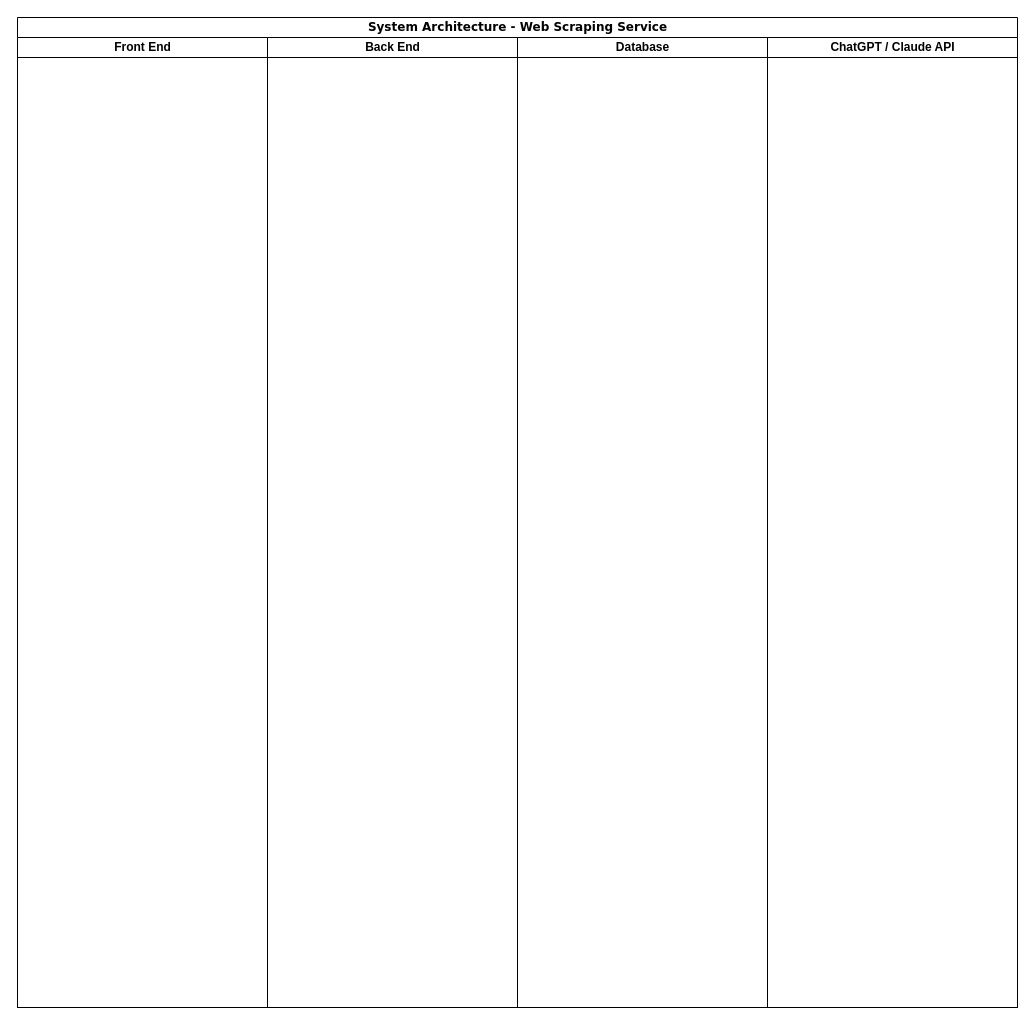
The draw.io diagram System Architecture UML.drawio in songjian0127/HTML-, before the edit. Source tidied: cells renumbered, new cells numbered last; positions are measured from the earlier drawing's top-left corner, leaving out a move shared by most shapes. Both pictures are drawn from the tidied source at 100%, with x=0, y=0 at pixel (17, 17). Pictures stored in the file or linked from it are replaced by grey dashed boxes.
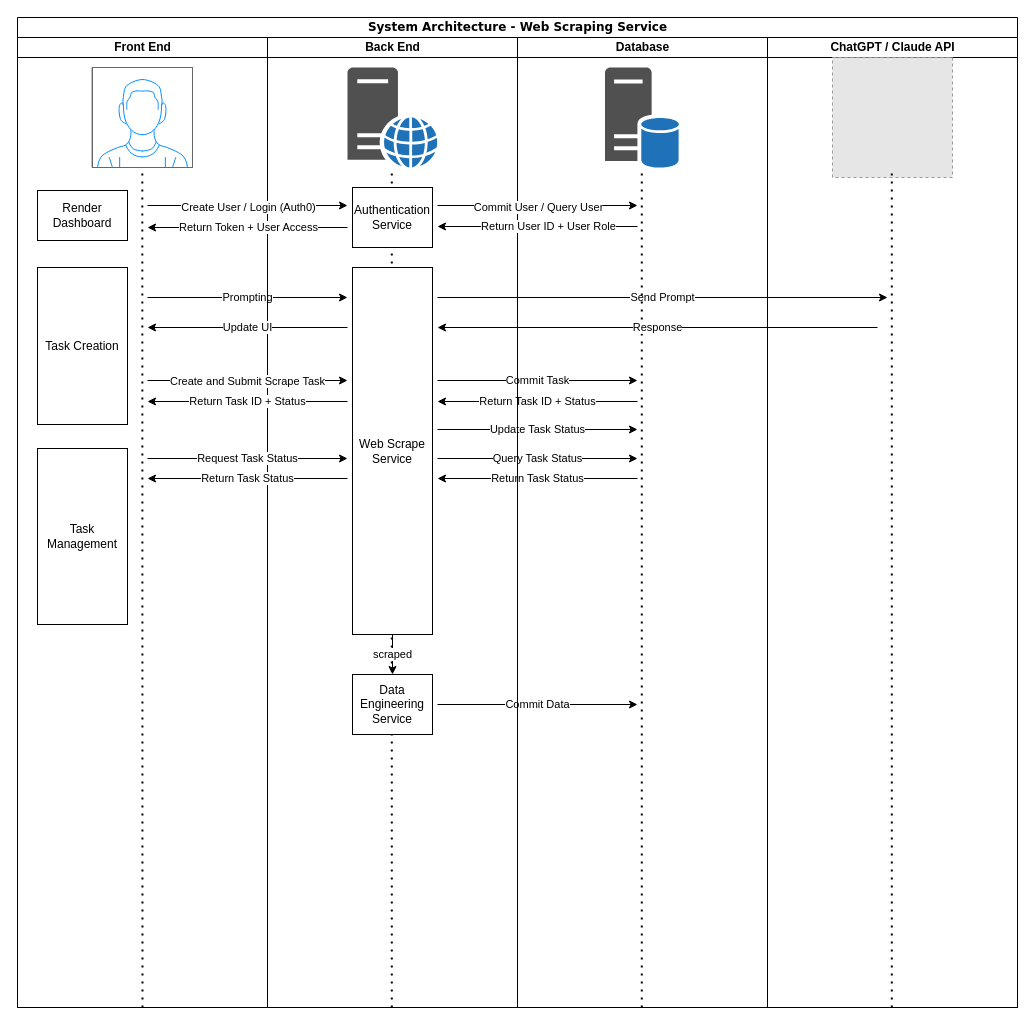
After the change.

Unchanged cells that the change refers to:
```xml
<mxCell id="3" value="Front End" style="swimlane;html=1;startSize=20;" parent="2" vertex="1">
  <mxGeometry y="20" width="250" height="970" as="geometry" />
</mxCell>
<mxCell id="4" value="Back End" style="swimlane;html=1;startSize=20;" parent="2" vertex="1">
  <mxGeometry x="250" y="20" width="250" height="970" as="geometry" />
</mxCell>
<mxCell id="5" value="Database" style="swimlane;html=1;startSize=20;" parent="2" vertex="1">
  <mxGeometry x="500" y="20" width="250" height="970" as="geometry" />
</mxCell>
<mxCell id="6" value="ChatGPT / Claude API" style="swimlane;html=1;startSize=20;" parent="2" vertex="1">
  <mxGeometry x="750" y="20" width="250" height="970" as="geometry" />
</mxCell>
```

The edit, as a diff of the source:
```diff
@@
+    <mxCell id="7" style="verticalLabelPosition=bottom;shadow=0;dashed=0;align=center;html=1;verticalAlign=top;strokeWidth=1;shape=mxgraph.mockup.containers.userMale;strokeColor=#666666;strokeColor2=#008cff;" parent="3" vertex="1">
+      <mxGeometry x="75" y="30" width="100" height="100" as="geometry" />
+    </mxCell>
+    <mxCell id="8" style="endArrow=none;dashed=1;html=1;dashPattern=1 3;strokeWidth=2;rounded=0;exitX=0.5;exitY=1;exitDx=0;exitDy=0;entryX=0.498;entryY=1.002;entryDx=0;entryDy=0;entryPerimeter=0;" parent="3" edge="1" source="3" target="7">
+      <mxGeometry relative="1" as="geometry" />
+    </mxCell>
+    <mxCell id="9" value="Render Dashboard" style="rounded=0;whiteSpace=wrap;html=1;" parent="3" vertex="1">
+      <mxGeometry x="20" y="153" width="90" height="50" as="geometry" />
+    </mxCell>
+    <mxCell id="10" value="Prompting" style="endArrow=classic;html=1;rounded=0;" parent="3" edge="1">
+      <mxGeometry relative="1" as="geometry">
+        <mxPoint x="130" y="260" as="sourcePoint" />
+        <mxPoint x="330" y="260" as="targetPoint" />
+      </mxGeometry>
+    </mxCell>
@@
+    <mxCell id="11" style="sketch=0;shadow=0;dashed=0;html=1;strokeColor=none;fillColor=#505050;labelPosition=center;verticalLabelPosition=bottom;verticalAlign=top;align=center;shape=mxgraph.office.servers.web_server_blue;" parent="4" vertex="1">
+      <mxGeometry x="80" y="30" width="90" height="100" as="geometry" />
+    </mxCell>
+    <mxCell id="12" style="endArrow=none;dashed=1;html=1;dashPattern=1 3;strokeWidth=2;rounded=0;exitX=0.5;exitY=1;exitDx=0;exitDy=0;entryX=0.498;entryY=1.002;entryDx=0;entryDy=0;entryPerimeter=0;" parent="4" edge="1">
+      <mxGeometry relative="1" as="geometry">
+        <mxPoint x="124.3" y="970" as="sourcePoint" />
+        <mxPoint x="124.3" y="130" as="targetPoint" />
+      </mxGeometry>
+    </mxCell>
+    <mxCell id="13" value="Authentication Service" style="rounded=0;whiteSpace=wrap;html=1;" parent="4" vertex="1">
+      <mxGeometry x="85" y="150" width="80" height="60" as="geometry" />
+    </mxCell>
+    <mxCell id="14" value="Task Creation" style="rounded=0;whiteSpace=wrap;html=1;" parent="4" vertex="1">
+      <mxGeometry x="-230" y="230" width="90" height="157" as="geometry" />
+    </mxCell>
+    <mxCell id="15" value="Task Management" style="rounded=0;whiteSpace=wrap;html=1;" parent="4" vertex="1">
+      <mxGeometry x="-230" y="411" width="90" height="176" as="geometry" />
+    </mxCell>
+    <mxCell id="16" value="scraped" style="edgeStyle=orthogonalEdgeStyle;rounded=0;jettySize=auto;html=1;entryX=0.5;entryY=0;entryDx=0;entryDy=0;exitX=0.5;exitY=1;exitDx=0;exitDy=0;" parent="4" edge="1" source="17" target="20">
+      <mxGeometry relative="1" as="geometry" />
+    </mxCell>
+    <mxCell id="17" value="Web Scrape Service" style="rounded=0;whiteSpace=wrap;html=1;" parent="4" vertex="1">
+      <mxGeometry x="85" y="230" width="80" height="367" as="geometry" />
+    </mxCell>
+    <mxCell id="18" value="Request Task Status" style="endArrow=classic;html=1;rounded=0;" parent="4" edge="1">
+      <mxGeometry relative="1" as="geometry">
+        <mxPoint x="-120" y="421" as="sourcePoint" />
+        <mxPoint x="80" y="421" as="targetPoint" />
+      </mxGeometry>
+    </mxCell>
+    <mxCell id="19" value="Return Task Status" style="endArrow=classic;html=1;rounded=0;" parent="4" edge="1">
+      <mxGeometry relative="1" as="geometry">
+        <mxPoint x="80" y="441" as="sourcePoint" />
+        <mxPoint x="-120" y="441" as="targetPoint" />
+      </mxGeometry>
+    </mxCell>
+    <mxCell id="20" value="Data Engineering Service" style="rounded=0;whiteSpace=wrap;html=1;" parent="4" vertex="1">
+      <mxGeometry x="85" y="637" width="80" height="60" as="geometry" />
+    </mxCell>
+    <mxCell id="21" value="Commit Data" style="endArrow=classic;html=1;rounded=0;" parent="4" edge="1">
+      <mxGeometry relative="1" as="geometry">
+        <mxPoint x="170" y="667" as="sourcePoint" />
+        <mxPoint x="370" y="667" as="targetPoint" />
+      </mxGeometry>
+    </mxCell>
+    <mxCell id="22" value="Update Task Status" style="endArrow=classic;html=1;rounded=0;" parent="4" edge="1">
+      <mxGeometry relative="1" as="geometry">
+        <mxPoint x="170" y="392" as="sourcePoint" />
+        <mxPoint x="370" y="392" as="targetPoint" />
+      </mxGeometry>
+    </mxCell>
+    <mxCell id="23" style="endArrow=classic;html=1;rounded=0;" parent="4" edge="1">
+      <mxGeometry relative="1" as="geometry">
+        <mxPoint x="-120" y="343" as="sourcePoint" />
+        <mxPoint x="80" y="343" as="targetPoint" />
+      </mxGeometry>
+    </mxCell>
+    <mxCell id="24" value="Create and Submit Scrape Task" style="edgeLabel;html=1;align=center;verticalAlign=middle;" parent="23" vertex="1">
+      <mxGeometry x="0.06" relative="1" as="geometry">
+        <mxPoint x="-7" as="offset" />
+      </mxGeometry>
+    </mxCell>
+    <mxCell id="25" value="Return Task ID + Status" style="endArrow=classic;html=1;rounded=0;" parent="4" edge="1">
+      <mxGeometry relative="1" as="geometry">
+        <mxPoint x="80" y="364" as="sourcePoint" />
+        <mxPoint x="-120" y="364" as="targetPoint" />
+      </mxGeometry>
+    </mxCell>
+    <mxCell id="26" value="Commit Task" style="endArrow=classic;html=1;rounded=0;" parent="4" edge="1">
+      <mxGeometry relative="1" as="geometry">
+        <mxPoint x="170" y="343" as="sourcePoint" />
+        <mxPoint x="370" y="343" as="targetPoint" />
+      </mxGeometry>
+    </mxCell>
+    <mxCell id="27" value="Return Task ID + Status" style="endArrow=classic;html=1;rounded=0;" parent="4" edge="1">
+      <mxGeometry relative="1" as="geometry">
+        <mxPoint x="370" y="364" as="sourcePoint" />
+        <mxPoint x="170" y="364" as="targetPoint" />
+      </mxGeometry>
+    </mxCell>
+    <mxCell id="28" value="Query Task Status" style="endArrow=classic;html=1;rounded=0;" parent="4" edge="1">
+      <mxGeometry relative="1" as="geometry">
+        <mxPoint x="170" y="421" as="sourcePoint" />
+        <mxPoint x="370" y="421" as="targetPoint" />
+      </mxGeometry>
+    </mxCell>
+    <mxCell id="29" value="Return Task Status" style="endArrow=classic;html=1;rounded=0;" parent="4" edge="1">
+      <mxGeometry relative="1" as="geometry">
+        <mxPoint x="370" y="441" as="sourcePoint" />
+        <mxPoint x="170" y="441" as="targetPoint" />
+      </mxGeometry>
+    </mxCell>
+    <mxCell id="30" value="Send Prompt" style="endArrow=classic;html=1;rounded=0;" parent="4" edge="1">
+      <mxGeometry relative="1" as="geometry">
+        <mxPoint x="170" y="260" as="sourcePoint" />
+        <mxPoint x="620" y="260" as="targetPoint" />
+      </mxGeometry>
+    </mxCell>
@@
+    <mxCell id="31" style="sketch=0;shadow=0;dashed=0;html=1;strokeColor=none;fillColor=#505050;labelPosition=center;verticalLabelPosition=bottom;verticalAlign=top;align=center;shape=mxgraph.office.servers.database_server_blue;" parent="5" vertex="1">
+      <mxGeometry x="87.5" y="30" width="75" height="100" as="geometry" />
+    </mxCell>
+    <mxCell id="32" style="endArrow=none;dashed=1;html=1;dashPattern=1 3;strokeWidth=2;rounded=0;exitX=0.5;exitY=1;exitDx=0;exitDy=0;entryX=0.498;entryY=1.002;entryDx=0;entryDy=0;entryPerimeter=0;" parent="5" edge="1">
+      <mxGeometry relative="1" as="geometry">
+        <mxPoint x="124.3" y="970" as="sourcePoint" />
+        <mxPoint x="124.3" y="130" as="targetPoint" />
+      </mxGeometry>
+    </mxCell>
@@
+    <mxCell id="33" style="fillColor=#E6E6E6;strokeColor=#999999;dashed=1;verticalLabelPosition=bottom;labelBackgroundColor=default;verticalAlign=top;" parent="6" vertex="1">
+      <mxGeometry x="65" y="20" width="120" height="120" as="geometry" />
+    </mxCell>
+    <mxCell id="34" style="endArrow=none;dashed=1;html=1;dashPattern=1 3;strokeWidth=2;rounded=0;exitX=0.5;exitY=1;exitDx=0;exitDy=0;entryX=0.498;entryY=1.002;entryDx=0;entryDy=0;entryPerimeter=0;" parent="6" edge="1">
+      <mxGeometry relative="1" as="geometry">
+        <mxPoint x="124.3" y="970" as="sourcePoint" />
+        <mxPoint x="124.3" y="130" as="targetPoint" />
+      </mxGeometry>
+    </mxCell>
+    <mxCell id="35" style="endArrow=classic;html=1;rounded=0;" parent="1" edge="1">
+      <mxGeometry relative="1" as="geometry">
+        <mxPoint x="130" y="188" as="sourcePoint" />
+        <mxPoint x="330" y="188" as="targetPoint" />
+      </mxGeometry>
+    </mxCell>
+    <mxCell id="36" value="Create User / Login (Auth0)" style="edgeLabel;html=1;align=center;verticalAlign=middle;" parent="35" vertex="1">
+      <mxGeometry x="-0.55" y="-1" relative="1" as="geometry">
+        <mxPoint x="55" as="offset" />
+      </mxGeometry>
+    </mxCell>
+    <mxCell id="37" style="endArrow=classic;html=1;rounded=0;" parent="1" edge="1">
+      <mxGeometry relative="1" as="geometry">
+        <mxPoint x="330" y="210" as="sourcePoint" />
+        <mxPoint x="130" y="210" as="targetPoint" />
+      </mxGeometry>
+    </mxCell>
+    <mxCell id="38" value="Return Token + User Access" style="edgeLabel;html=1;align=center;verticalAlign=middle;" parent="37" vertex="1">
+      <mxGeometry x="-0.55" y="-1" relative="1" as="geometry">
+        <mxPoint x="-55" as="offset" />
+      </mxGeometry>
+    </mxCell>
+    <mxCell id="39" style="endArrow=classic;html=1;rounded=0;" parent="1" edge="1">
+      <mxGeometry relative="1" as="geometry">
+        <mxPoint x="420" y="188" as="sourcePoint" />
+        <mxPoint x="620" y="188" as="targetPoint" />
+      </mxGeometry>
+    </mxCell>
+    <mxCell id="40" value="Commit User / Query User" style="edgeLabel;html=1;align=center;verticalAlign=middle;" parent="39" vertex="1">
+      <mxGeometry x="-0.55" y="-1" relative="1" as="geometry">
+        <mxPoint x="55" as="offset" />
+      </mxGeometry>
+    </mxCell>
+    <mxCell id="41" style="endArrow=classic;html=1;rounded=0;" parent="1" edge="1">
+      <mxGeometry relative="1" as="geometry">
+        <mxPoint x="620" y="209" as="sourcePoint" />
+        <mxPoint x="420" y="209" as="targetPoint" />
+      </mxGeometry>
+    </mxCell>
+    <mxCell id="42" value="Return User ID + User Role" style="edgeLabel;html=1;align=center;verticalAlign=middle;" parent="41" vertex="1">
+      <mxGeometry x="-0.55" y="-1" relative="1" as="geometry">
+        <mxPoint x="-45" as="offset" />
+      </mxGeometry>
+    </mxCell>
+    <mxCell id="43" value="Response" style="endArrow=classic;html=1;rounded=0;" parent="1" edge="1">
+      <mxGeometry relative="1" as="geometry">
+        <mxPoint x="860" y="310" as="sourcePoint" />
+        <mxPoint x="420" y="310" as="targetPoint" />
+      </mxGeometry>
+    </mxCell>
+    <mxCell id="44" value="Update UI" style="endArrow=classic;html=1;rounded=0;" parent="1" edge="1">
+      <mxGeometry relative="1" as="geometry">
+        <mxPoint x="330" y="310" as="sourcePoint" />
+        <mxPoint x="130" y="310" as="targetPoint" />
+      </mxGeometry>
+    </mxCell>
```
